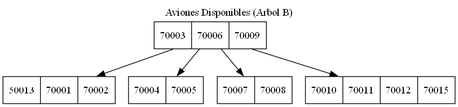
The Graphviz diagram EDD_Practica_202401884/reportes/arbol_b_aviones.png in Alexis31T/EDD_Proyecto_202401884, before a commit. Its source is kept beside it as EDD_Practica_202401884/reportes/arbol_b_aviones.dot. Source of this version:
```dot
digraph ArbolB {
  node [shape=record];
  label="Aviones Disponibles (Arbol B)";
  labelloc=t;

  n0 [label="70003|70006|70009"];
  n1 [label="50013|70001|70002"];
  n0 -> n1;
  n2 [label="70004|70005"];
  n0 -> n2;
  n3 [label="70007|70008"];
  n0 -> n3;
  n4 [label="70010|70011|70012|70015"];
  n0 -> n4;
}
```
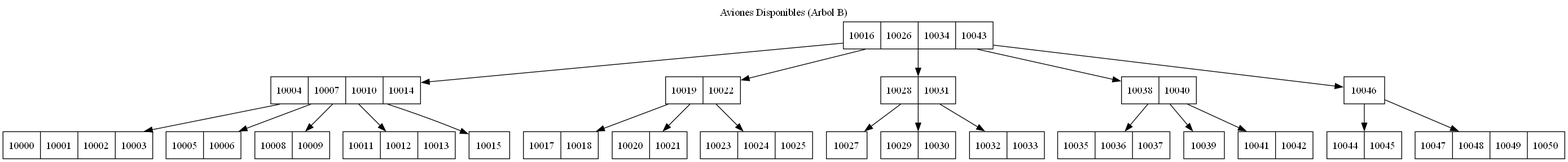
Above is the later version.

What changed in the source:
```diff
@@ -3,13 +3,47 @@
   label="Aviones Disponibles (Arbol B)";
   labelloc=t;
 
-  n0 [label="70003|70006|70009"];
-  n1 [label="50013|70001|70002"];
+  n0 [label="10016|10026|10034|10043"];
+  n1 [label="10004|10007|10010|10014"];
+  n2 [label="10000|10001|10002|10003"];
+  n1 -> n2;
+  n3 [label="10005|10006"];
+  n1 -> n3;
+  n4 [label="10008|10009"];
+  n1 -> n4;
+  n5 [label="10011|10012|10013"];
+  n1 -> n5;
+  n6 [label="10015"];
+  n1 -> n6;
   n0 -> n1;
-  n2 [label="70004|70005"];
-  n0 -> n2;
-  n3 [label="70007|70008"];
-  n0 -> n3;
-  n4 [label="70010|70011|70012|70015"];
-  n0 -> n4;
+  n7 [label="10019|10022"];
+  n8 [label="10017|10018"];
+  n7 -> n8;
+  n9 [label="10020|10021"];
+  n7 -> n9;
+  n10 [label="10023|10024|10025"];
+  n7 -> n10;
+  n0 -> n7;
+  n11 [label="10028|10031"];
+  n12 [label="10027"];
+  n11 -> n12;
+  n13 [label="10029|10030"];
+  n11 -> n13;
+  n14 [label="10032|10033"];
+  n11 -> n14;
+  n0 -> n11;
+  n15 [label="10038|10040"];
+  n16 [label="10035|10036|10037"];
+  n15 -> n16;
+  n17 [label="10039"];
+  n15 -> n17;
+  n18 [label="10041|10042"];
+  n15 -> n18;
+  n0 -> n15;
+  n19 [label="10046"];
+  n20 [label="10044|10045"];
+  n19 -> n20;
+  n21 [label="10047|10048|10049|10050"];
+  n19 -> n21;
+  n0 -> n19;
 }
```
